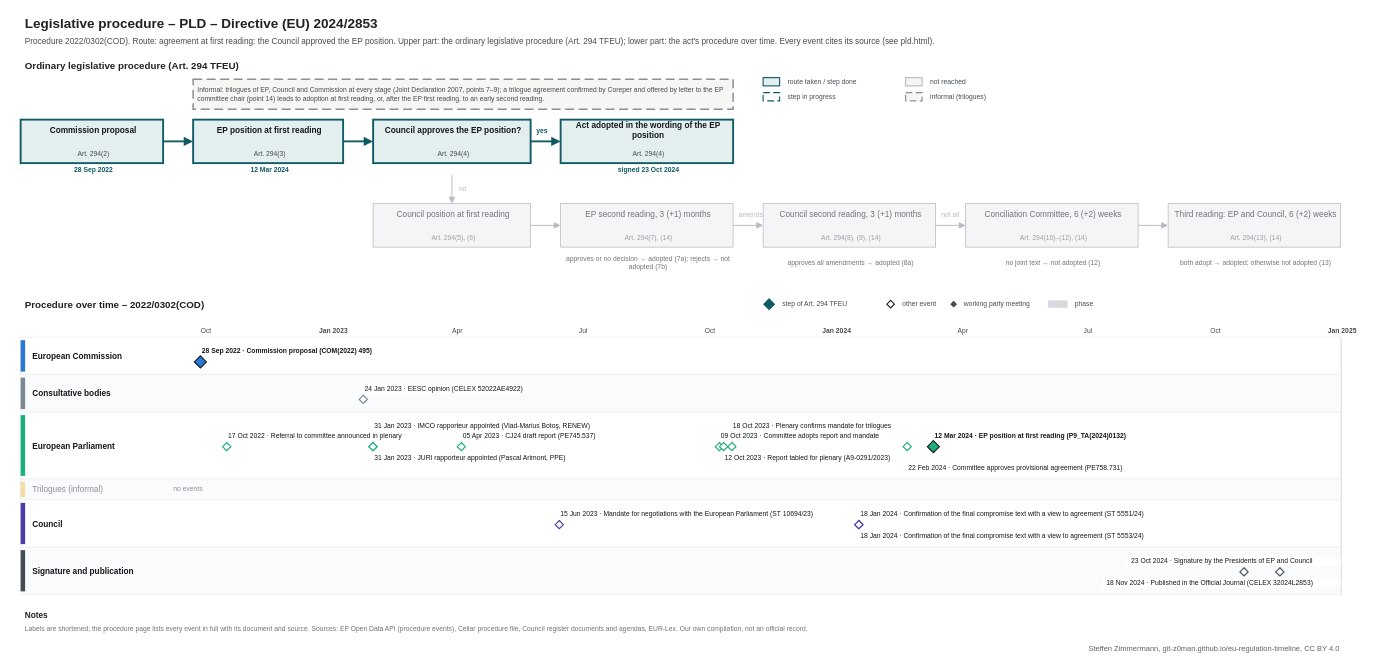
This is procedures/pld.drawio from git-z0man/eu-regulation-timeline, a draw.io file, before an edit. Source tidied: cells renumbered, new cells numbered last; positions are measured from the earlier drawing's top-left corner, leaving out a move shared by most shapes. Both pictures are drawn from the tidied source at 75%, with x=0, y=0 at pixel (13, 13).
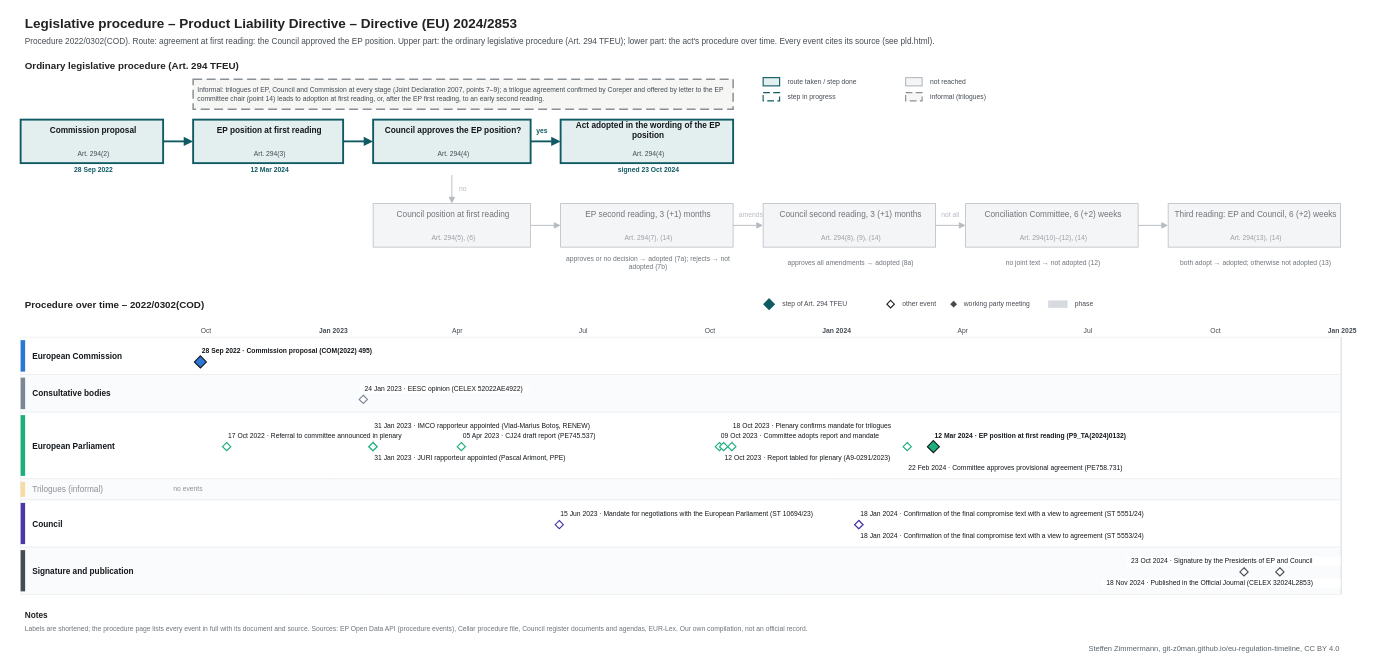
After the change.

Change to the diagram source:
```diff
@@
-    <mxCell id="2" value="Legislative procedure – PLD – Directive (EU) 2024/2853" style="text;html=1;fontSize=18;fontColor=#222222;align=left;verticalAlign=middle;spacingLeft=4;fontStyle=1;" parent="1" vertex="1">
+    <mxCell id="2" value="Legislative procedure – Product Liability Directive – Directive (EU) 2024/2853" style="text;html=1;fontSize=18;fontColor=#222222;align=left;verticalAlign=middle;spacingLeft=4;fontStyle=1;" parent="1" vertex="1">
       <mxGeometry x="10" width="1600" height="28" as="geometry" />
     </mxCell>
```
